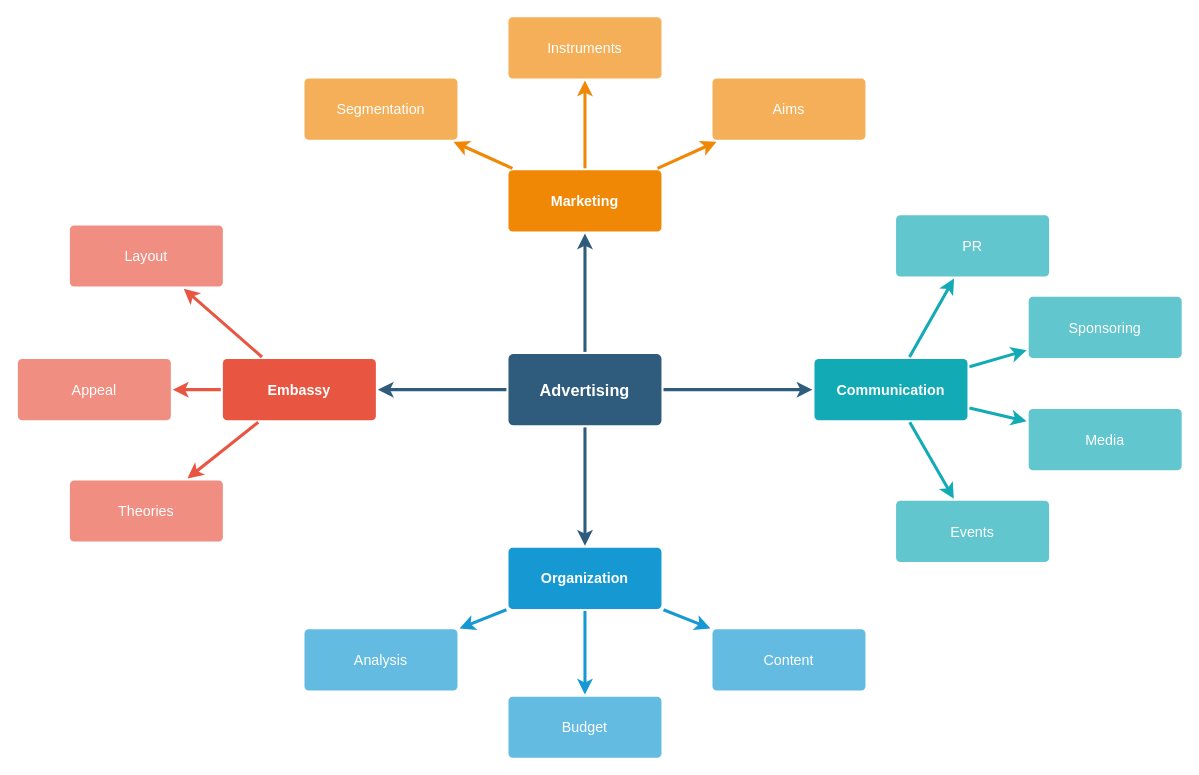
Above: 无人机干扰.drawio in b253716329/- (draw.io), before the change. Source tidied: cells renumbered, new cells numbered last; positions are measured from the earlier drawing's top-left corner, leaving out a move shared by most shapes. Both pictures are drawn from the tidied source at 102%, with x=0, y=0 at pixel (17, 16).
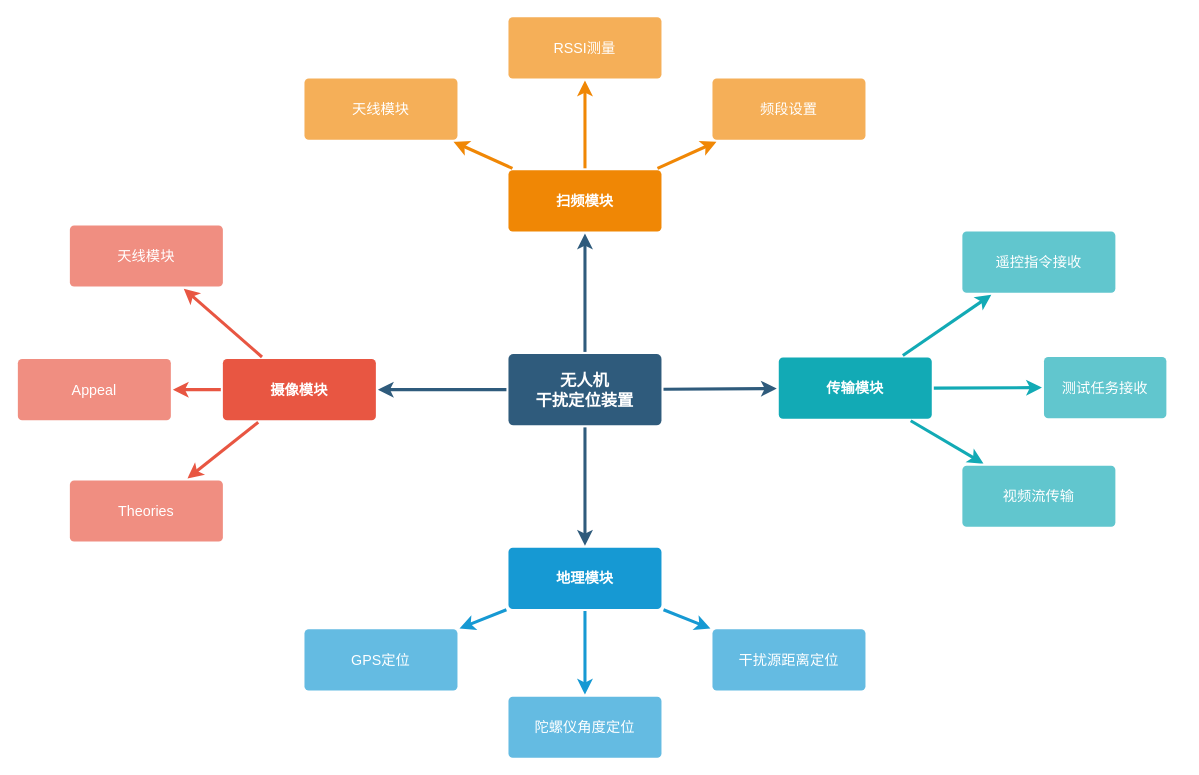
The same diagram, later.

Commit message:
更新无人机干扰.drawio

What changed in the source:
```diff
@@
-    <mxCell id="6" value="Advertising" style="rounded=1;whiteSpace=wrap;html=1;shadow=0;labelBackgroundColor=none;strokeColor=none;strokeWidth=3;fillColor=#2F5B7C;fontFamily=Helvetica;fontSize=16;fontColor=#FFFFFF;align=center;fontStyle=1;spacing=5;arcSize=7;perimeterSpacing=2;" parent="1" vertex="1">
+    <mxCell id="6" value="无人机&lt;br&gt;干扰定位装置" style="rounded=1;whiteSpace=wrap;html=1;shadow=0;labelBackgroundColor=none;strokeColor=none;strokeWidth=3;fillColor=#2F5B7C;fontFamily=Helvetica;fontSize=16;fontColor=#FFFFFF;align=center;fontStyle=1;spacing=5;arcSize=7;perimeterSpacing=2;" parent="1" vertex="1">
       <mxGeometry x="481" y="330.5" width="150" height="70" as="geometry" />
     </mxCell>
@@
-    <mxCell id="10" value="Embassy" style="rounded=1;whiteSpace=wrap;html=1;shadow=0;labelBackgroundColor=none;strokeColor=none;strokeWidth=3;fillColor=#e85642;fontFamily=Helvetica;fontSize=14;fontColor=#FFFFFF;align=center;spacing=5;fontStyle=1;arcSize=7;perimeterSpacing=2;" parent="1" vertex="1">
+    <mxCell id="10" value="摄像模块" style="rounded=1;whiteSpace=wrap;html=1;shadow=0;labelBackgroundColor=none;strokeColor=none;strokeWidth=3;fillColor=#e85642;fontFamily=Helvetica;fontSize=14;fontColor=#FFFFFF;align=center;spacing=5;fontStyle=1;arcSize=7;perimeterSpacing=2;" parent="1" vertex="1">
       <mxGeometry x="201" y="335.5" width="150" height="60" as="geometry" />
     </mxCell>
@@
-    <mxCell id="13" value="Layout" style="rounded=1;whiteSpace=wrap;html=1;shadow=0;labelBackgroundColor=none;strokeColor=none;strokeWidth=3;fillColor=#f08e81;fontFamily=Helvetica;fontSize=14;fontColor=#FFFFFF;align=center;spacing=5;fontStyle=0;arcSize=7;perimeterSpacing=2;" parent="1" vertex="1">
+    <mxCell id="13" value="天线模块" style="rounded=1;whiteSpace=wrap;html=1;shadow=0;labelBackgroundColor=none;strokeColor=none;strokeWidth=3;fillColor=#f08e81;fontFamily=Helvetica;fontSize=14;fontColor=#FFFFFF;align=center;spacing=5;fontStyle=0;arcSize=7;perimeterSpacing=2;" parent="1" vertex="1">
       <mxGeometry x="51" y="204.5" width="150" height="60" as="geometry" />
     </mxCell>
@@
-    <mxCell id="17" value="Organization" style="rounded=1;whiteSpace=wrap;html=1;shadow=0;labelBackgroundColor=none;strokeColor=none;strokeWidth=3;fillColor=#1699d3;fontFamily=Helvetica;fontSize=14;fontColor=#FFFFFF;align=center;spacing=5;fontStyle=1;arcSize=7;perimeterSpacing=2;" parent="1" vertex="1">
+    <mxCell id="17" value="地理模块" style="rounded=1;whiteSpace=wrap;html=1;shadow=0;labelBackgroundColor=none;strokeColor=none;strokeWidth=3;fillColor=#1699d3;fontFamily=Helvetica;fontSize=14;fontColor=#FFFFFF;align=center;spacing=5;fontStyle=1;arcSize=7;perimeterSpacing=2;" parent="1" vertex="1">
       <mxGeometry x="481" y="520.5" width="150" height="60" as="geometry" />
     </mxCell>
-    <mxCell id="18" value="Content" style="rounded=1;whiteSpace=wrap;html=1;shadow=0;labelBackgroundColor=none;strokeColor=none;strokeWidth=3;fillColor=#64bbe2;fontFamily=Helvetica;fontSize=14;fontColor=#FFFFFF;align=center;spacing=5;arcSize=7;perimeterSpacing=2;" parent="1" vertex="1">
+    <mxCell id="18" value="干扰源距离定位" style="rounded=1;whiteSpace=wrap;html=1;shadow=0;labelBackgroundColor=none;strokeColor=none;strokeWidth=3;fillColor=#64bbe2;fontFamily=Helvetica;fontSize=14;fontColor=#FFFFFF;align=center;spacing=5;arcSize=7;perimeterSpacing=2;" parent="1" vertex="1">
       <mxGeometry x="681" y="600.5" width="150" height="60" as="geometry" />
     </mxCell>
-    <mxCell id="19" value="Budget" style="rounded=1;whiteSpace=wrap;html=1;shadow=0;labelBackgroundColor=none;strokeColor=none;strokeWidth=3;fillColor=#64bbe2;fontFamily=Helvetica;fontSize=14;fontColor=#FFFFFF;align=center;spacing=5;arcSize=7;perimeterSpacing=2;" parent="1" vertex="1">
+    <mxCell id="19" value="陀螺仪角度定位" style="rounded=1;whiteSpace=wrap;html=1;shadow=0;labelBackgroundColor=none;strokeColor=none;strokeWidth=3;fillColor=#64bbe2;fontFamily=Helvetica;fontSize=14;fontColor=#FFFFFF;align=center;spacing=5;arcSize=7;perimeterSpacing=2;" parent="1" vertex="1">
       <mxGeometry x="481" y="666.5" width="150" height="60" as="geometry" />
     </mxCell>
-    <mxCell id="20" value="Analysis" style="rounded=1;whiteSpace=wrap;html=1;shadow=0;labelBackgroundColor=none;strokeColor=none;strokeWidth=3;fillColor=#64bbe2;fontFamily=Helvetica;fontSize=14;fontColor=#FFFFFF;align=center;spacing=5;arcSize=7;perimeterSpacing=2;" parent="1" vertex="1">
+    <mxCell id="20" value="GPS定位" style="rounded=1;whiteSpace=wrap;html=1;shadow=0;labelBackgroundColor=none;strokeColor=none;strokeWidth=3;fillColor=#64bbe2;fontFamily=Helvetica;fontSize=14;fontColor=#FFFFFF;align=center;spacing=5;arcSize=7;perimeterSpacing=2;" parent="1" vertex="1">
       <mxGeometry x="281" y="600.5" width="150" height="60" as="geometry" />
     </mxCell>
-    <mxCell id="21" value="Marketing" style="rounded=1;whiteSpace=wrap;html=1;shadow=0;labelBackgroundColor=none;strokeColor=none;strokeWidth=3;fillColor=#F08705;fontFamily=Helvetica;fontSize=14;fontColor=#FFFFFF;align=center;spacing=5;fontStyle=1;arcSize=7;perimeterSpacing=2;" parent="1" vertex="1">
+    <mxCell id="21" value="扫频模块" style="rounded=1;whiteSpace=wrap;html=1;shadow=0;labelBackgroundColor=none;strokeColor=none;strokeWidth=3;fillColor=#F08705;fontFamily=Helvetica;fontSize=14;fontColor=#FFFFFF;align=center;spacing=5;fontStyle=1;arcSize=7;perimeterSpacing=2;" parent="1" vertex="1">
       <mxGeometry x="481" y="150.5" width="150" height="60" as="geometry" />
     </mxCell>
-    <mxCell id="22" value="Aims&lt;br&gt;" style="rounded=1;whiteSpace=wrap;html=1;shadow=0;labelBackgroundColor=none;strokeColor=none;strokeWidth=3;fillColor=#f5af58;fontFamily=Helvetica;fontSize=14;fontColor=#FFFFFF;align=center;spacing=5;arcSize=7;perimeterSpacing=2;" parent="1" vertex="1">
+    <mxCell id="22" value="频段设置" style="rounded=1;whiteSpace=wrap;html=1;shadow=0;labelBackgroundColor=none;strokeColor=none;strokeWidth=3;fillColor=#f5af58;fontFamily=Helvetica;fontSize=14;fontColor=#FFFFFF;align=center;spacing=5;arcSize=7;perimeterSpacing=2;" parent="1" vertex="1">
       <mxGeometry x="681" y="60.5" width="150" height="60" as="geometry" />
     </mxCell>
@@
-    <mxCell id="24" value="Instruments" style="rounded=1;whiteSpace=wrap;html=1;shadow=0;labelBackgroundColor=none;strokeColor=none;strokeWidth=3;fillColor=#f5af58;fontFamily=Helvetica;fontSize=14;fontColor=#FFFFFF;align=center;spacing=5;arcSize=7;perimeterSpacing=2;" parent="1" vertex="1">
+    <mxCell id="24" value="RSSI测量" style="rounded=1;whiteSpace=wrap;html=1;shadow=0;labelBackgroundColor=none;strokeColor=none;strokeWidth=3;fillColor=#f5af58;fontFamily=Helvetica;fontSize=14;fontColor=#FFFFFF;align=center;spacing=5;arcSize=7;perimeterSpacing=2;" parent="1" vertex="1">
       <mxGeometry x="481" y="0.5" width="150" height="60" as="geometry" />
     </mxCell>
@@
-    <mxCell id="26" value="Segmentation" style="rounded=1;whiteSpace=wrap;html=1;shadow=0;labelBackgroundColor=none;strokeColor=none;strokeWidth=3;fillColor=#f5af58;fontFamily=Helvetica;fontSize=14;fontColor=#FFFFFF;align=center;spacing=5;arcSize=7;perimeterSpacing=2;" parent="1" vertex="1">
+    <mxCell id="26" value="天线模块" style="rounded=1;whiteSpace=wrap;html=1;shadow=0;labelBackgroundColor=none;strokeColor=none;strokeWidth=3;fillColor=#f5af58;fontFamily=Helvetica;fontSize=14;fontColor=#FFFFFF;align=center;spacing=5;arcSize=7;perimeterSpacing=2;" parent="1" vertex="1">
       <mxGeometry x="281" y="60.5" width="150" height="60" as="geometry" />
     </mxCell>
@@
-    <mxCell id="28" value="Communication" style="rounded=1;whiteSpace=wrap;html=1;shadow=0;labelBackgroundColor=none;strokeColor=none;strokeWidth=3;fillColor=#12aab5;fontFamily=Helvetica;fontSize=14;fontColor=#FFFFFF;align=center;spacing=5;fontStyle=1;arcSize=7;perimeterSpacing=2;" parent="1" vertex="1">
-      <mxGeometry x="781" y="335.5" width="150" height="60" as="geometry" />
+    <mxCell id="28" value="传输模块" style="rounded=1;whiteSpace=wrap;html=1;shadow=0;labelBackgroundColor=none;strokeColor=none;strokeWidth=3;fillColor=#12aab5;fontFamily=Helvetica;fontSize=14;fontColor=#FFFFFF;align=center;spacing=5;fontStyle=1;arcSize=7;perimeterSpacing=2;" parent="1" vertex="1">
+      <mxGeometry x="746" y="334" width="150" height="60" as="geometry" />
     </mxCell>
-    <mxCell id="29" value="Events" style="rounded=1;whiteSpace=wrap;html=1;shadow=0;labelBackgroundColor=none;strokeColor=none;strokeWidth=3;fillColor=#61c6ce;fontFamily=Helvetica;fontSize=14;fontColor=#FFFFFF;align=center;spacing=5;fontStyle=0;arcSize=7;perimeterSpacing=2;" parent="1" vertex="1">
-      <mxGeometry x="861" y="474.5" width="150" height="60" as="geometry" />
-    </mxCell>
-    <mxCell id="30" style="edgeStyle=none;rounded=1;jumpStyle=none;html=1;shadow=0;labelBackgroundColor=none;startArrow=none;startFill=0;jettySize=auto;strokeColor=#12AAB5;strokeWidth=3;fontFamily=Helvetica;fontSize=14;fontColor=#FFFFFF;spacing=5;fontStyle=1;fillColor=#b0e3e6;" parent="1" edge="1" source="28" target="29">
-      <mxGeometry relative="1" as="geometry" />
-    </mxCell>
-    <mxCell id="31" value="Media" style="rounded=1;whiteSpace=wrap;html=1;shadow=0;labelBackgroundColor=none;strokeColor=none;strokeWidth=3;fillColor=#61c6ce;fontFamily=Helvetica;fontSize=14;fontColor=#FFFFFF;align=center;spacing=5;fontStyle=0;arcSize=7;perimeterSpacing=2;" parent="1" vertex="1">
-      <mxGeometry x="991" y="384.5" width="150" height="60" as="geometry" />
-    </mxCell>
-    <mxCell id="32" style="edgeStyle=none;rounded=1;jumpStyle=none;html=1;shadow=0;labelBackgroundColor=none;startArrow=none;startFill=0;jettySize=auto;strokeColor=#12AAB5;strokeWidth=3;fontFamily=Helvetica;fontSize=14;fontColor=#FFFFFF;spacing=5;fontStyle=1;fillColor=#b0e3e6;" parent="1" edge="1" source="28" target="31">
-      <mxGeometry relative="1" as="geometry" />
-    </mxCell>
-    <mxCell id="33" value="Sponsoring" style="rounded=1;whiteSpace=wrap;html=1;shadow=0;labelBackgroundColor=none;strokeColor=none;strokeWidth=3;fillColor=#61c6ce;fontFamily=Helvetica;fontSize=14;fontColor=#FFFFFF;align=center;spacing=5;fontStyle=0;arcSize=7;perimeterSpacing=2;" parent="1" vertex="1">
-      <mxGeometry x="991" y="274.5" width="150" height="60" as="geometry" />
+    <mxCell id="33" value="视频流传输" style="rounded=1;whiteSpace=wrap;html=1;shadow=0;labelBackgroundColor=none;strokeColor=none;strokeWidth=3;fillColor=#61c6ce;fontFamily=Helvetica;fontSize=14;fontColor=#FFFFFF;align=center;spacing=5;fontStyle=0;arcSize=7;perimeterSpacing=2;" parent="1" vertex="1">
+      <mxGeometry x="926" y="440" width="150" height="60" as="geometry" />
     </mxCell>
@@
-    <mxCell id="35" value="PR" style="rounded=1;whiteSpace=wrap;html=1;shadow=0;labelBackgroundColor=none;strokeColor=none;strokeWidth=3;fillColor=#61c6ce;fontFamily=Helvetica;fontSize=14;fontColor=#FFFFFF;align=center;spacing=5;fontStyle=0;arcSize=7;perimeterSpacing=2;" parent="1" vertex="1">
-      <mxGeometry x="861" y="194.5" width="150" height="60" as="geometry" />
+    <mxCell id="35" value="遥控指令接收" style="rounded=1;whiteSpace=wrap;html=1;shadow=0;labelBackgroundColor=none;strokeColor=none;strokeWidth=3;fillColor=#61c6ce;fontFamily=Helvetica;fontSize=14;fontColor=#FFFFFF;align=center;spacing=5;fontStyle=0;arcSize=7;perimeterSpacing=2;" parent="1" vertex="1">
+      <mxGeometry x="926" y="210.5" width="150" height="60" as="geometry" />
     </mxCell>
@@
+    <mxCell id="37" value="&lt;span style=&quot;font-weight: normal&quot;&gt;测试任务接收&lt;/span&gt;" style="rounded=1;whiteSpace=wrap;html=1;shadow=0;labelBackgroundColor=none;strokeColor=none;strokeWidth=3;fillColor=#61c6ce;fontFamily=Helvetica;fontSize=14;fontColor=#FFFFFF;align=center;spacing=5;fontStyle=0;arcSize=7;perimeterSpacing=2;" parent="1" vertex="1">
+      <mxGeometry x="1006" y="333.5" width="120" height="60" as="geometry" />
+    </mxCell>
+    <mxCell id="38" style="edgeStyle=none;rounded=1;jumpStyle=none;html=1;shadow=0;labelBackgroundColor=none;startArrow=none;startFill=0;jettySize=auto;strokeColor=#12AAB5;strokeWidth=3;fontFamily=Helvetica;fontSize=14;fontColor=#FFFFFF;spacing=5;fontStyle=1;fillColor=#b0e3e6;exitX=1;exitY=0.5;exitDx=0;exitDy=0;entryX=0;entryY=0.5;entryDx=0;entryDy=0;" parent="1" edge="1" source="28" target="37">
+      <mxGeometry relative="1" as="geometry" />
+    </mxCell>
```
